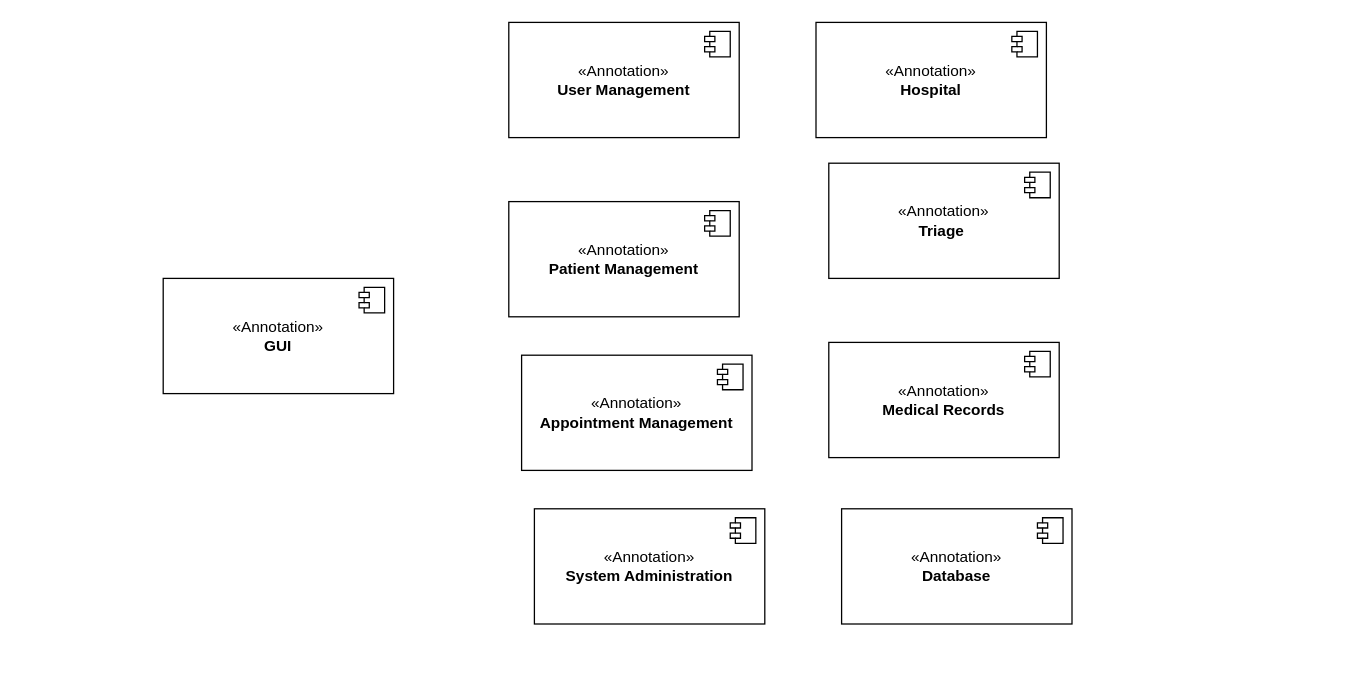
Before: Project Milestone 2/component_diagram.drawio in SENG-350-2024-fall/Team-6, a draw.io diagram. Source tidied: cells renumbered, new cells numbered last; positions are measured from the earlier drawing's top-left corner, leaving out a move shared by most shapes. Both pictures are drawn from the tidied source at 128%, with x=0, y=0 at pixel (163, 22).
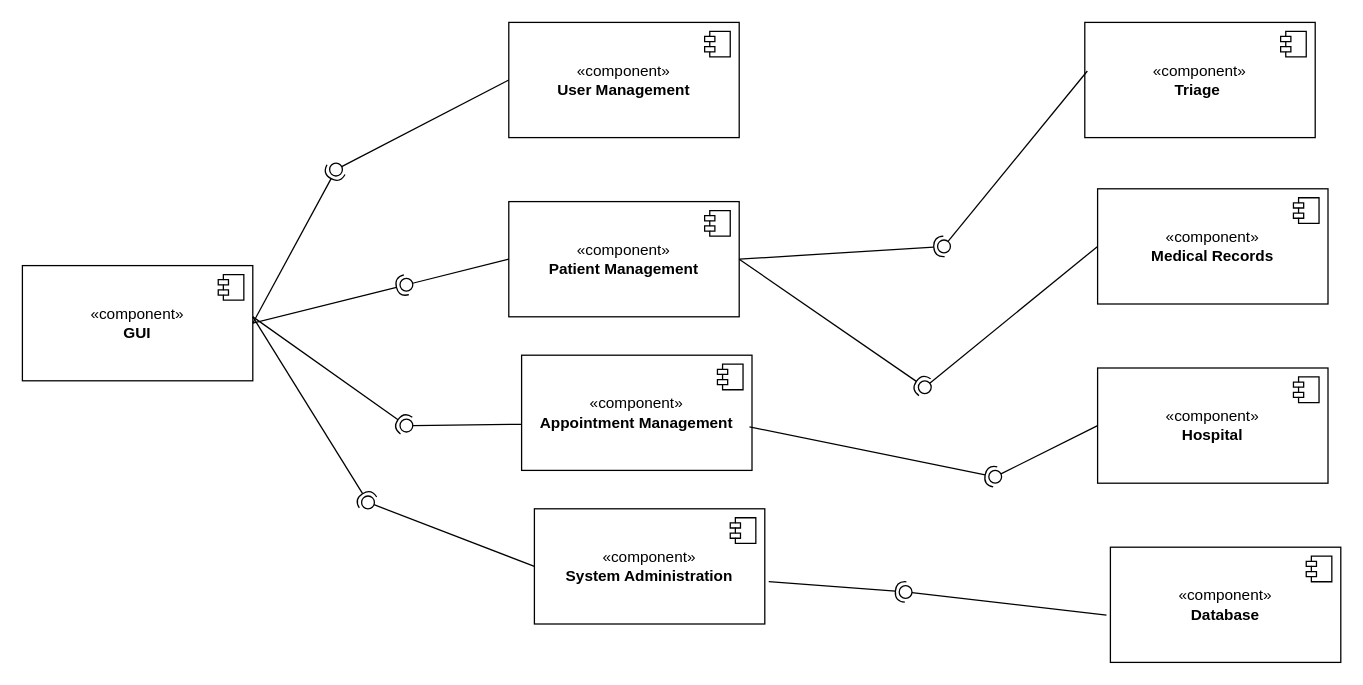
The same page after the edit.

Diff of the diagram source:
```diff
@@
-    <mxCell id="2" value="«Annotation»&lt;br&gt;&lt;b&gt;GUI&lt;/b&gt;" style="html=1;whiteSpace=wrap;" parent="1" vertex="1">
-      <mxGeometry y="200" width="180" height="90" as="geometry" />
+    <mxCell id="2" value="«component»&lt;br&gt;&lt;b&gt;GUI&lt;/b&gt;" style="html=1;whiteSpace=wrap;" parent="1" vertex="1">
+      <mxGeometry x="-110" y="190" width="180" height="90" as="geometry" />
     </mxCell>
@@
-    <mxCell id="4" value="«Annotation»&lt;br&gt;&lt;div&gt;&lt;b&gt;User Management&lt;/b&gt;&lt;/div&gt;" style="html=1;whiteSpace=wrap;" parent="1" vertex="1">
+    <mxCell id="4" value="«component»&lt;br&gt;&lt;div&gt;&lt;b&gt;User Management&lt;/b&gt;&lt;/div&gt;" style="html=1;whiteSpace=wrap;" parent="1" vertex="1">
       <mxGeometry x="270" width="180" height="90" as="geometry" />
     </mxCell>
@@
-    <mxCell id="6" value="«Annotation»&lt;br&gt;&lt;b&gt;Patient Management&lt;/b&gt;" style="html=1;whiteSpace=wrap;" parent="1" vertex="1">
+    <mxCell id="6" value="«component»&lt;br&gt;&lt;b&gt;Patient Management&lt;/b&gt;" style="html=1;whiteSpace=wrap;" parent="1" vertex="1">
       <mxGeometry x="270" y="140" width="180" height="90" as="geometry" />
     </mxCell>
@@
-    <mxCell id="8" value="«Annotation»&lt;br&gt;&lt;b&gt;Triage&amp;nbsp;&lt;/b&gt;" style="html=1;whiteSpace=wrap;" parent="1" vertex="1">
-      <mxGeometry x="520" y="110" width="180" height="90" as="geometry" />
+    <mxCell id="8" value="«component»&lt;br&gt;&lt;b&gt;Triage&amp;nbsp;&lt;/b&gt;" style="html=1;whiteSpace=wrap;" parent="1" vertex="1">
+      <mxGeometry x="720" width="180" height="90" as="geometry" />
     </mxCell>
@@
-    <mxCell id="10" value="«Annotation»&lt;br&gt;&lt;b&gt;Medical Records&lt;/b&gt;" style="html=1;whiteSpace=wrap;" parent="1" vertex="1">
-      <mxGeometry x="520" y="250" width="180" height="90" as="geometry" />
+    <mxCell id="10" value="«component»&lt;br&gt;&lt;b&gt;Medical Records&lt;/b&gt;" style="html=1;whiteSpace=wrap;" parent="1" vertex="1">
+      <mxGeometry x="730" y="130" width="180" height="90" as="geometry" />
     </mxCell>
@@
-    <mxCell id="12" value="«Annotation»&lt;br&gt;&lt;b&gt;Appointment Management&lt;/b&gt;" style="html=1;whiteSpace=wrap;" parent="1" vertex="1">
+    <mxCell id="12" value="«component»&lt;br&gt;&lt;b&gt;Appointment Management&lt;/b&gt;" style="html=1;whiteSpace=wrap;" parent="1" vertex="1">
       <mxGeometry x="280" y="260" width="180" height="90" as="geometry" />
     </mxCell>
@@
-    <mxCell id="14" value="«Annotation»&lt;br&gt;&lt;b&gt;System Administration&lt;/b&gt;" style="html=1;whiteSpace=wrap;" parent="1" vertex="1">
+    <mxCell id="14" value="«component»&lt;br&gt;&lt;b&gt;System Administration&lt;/b&gt;" style="html=1;whiteSpace=wrap;" parent="1" vertex="1">
       <mxGeometry x="290" y="380" width="180" height="90" as="geometry" />
     </mxCell>
@@
-    <mxCell id="16" value="«Annotation»&lt;br&gt;&lt;b&gt;Database&lt;/b&gt;" style="html=1;whiteSpace=wrap;" parent="1" vertex="1">
-      <mxGeometry x="530" y="380" width="180" height="90" as="geometry" />
+    <mxCell id="16" value="«component»&lt;br&gt;&lt;b&gt;Database&lt;/b&gt;" style="html=1;whiteSpace=wrap;" parent="1" vertex="1">
+      <mxGeometry x="740" y="410" width="180" height="90" as="geometry" />
     </mxCell>
@@
-    <mxCell id="18" value="«Annotation»&lt;br&gt;&lt;b&gt;Hospital&lt;/b&gt;" style="html=1;whiteSpace=wrap;" parent="1" vertex="1">
-      <mxGeometry x="510" width="180" height="90" as="geometry" />
+    <mxCell id="18" value="«component»&lt;br&gt;&lt;b&gt;Hospital&lt;/b&gt;" style="html=1;whiteSpace=wrap;" parent="1" vertex="1">
+      <mxGeometry x="730" y="270" width="180" height="90" as="geometry" />
     </mxCell>
@@
+    <mxCell id="20" style="rounded=0;jettySize=auto;html=1;endArrow=halfCircle;endFill=0;endSize=6;strokeWidth=1;sketch=0;exitX=1;exitY=0.5;exitDx=0;exitDy=0;" parent="1" edge="1" source="2" target="22">
+      <mxGeometry relative="1" as="geometry" />
+    </mxCell>
+    <mxCell id="21" style="rounded=0;jettySize=auto;html=1;endArrow=oval;endFill=0;sketch=0;sourcePerimeterSpacing=0;targetPerimeterSpacing=0;endSize=10;exitX=0;exitY=0.5;exitDx=0;exitDy=0;" parent="1" edge="1" source="4" target="22">
+      <mxGeometry relative="1" as="geometry" />
+    </mxCell>
+    <mxCell id="22" style="ellipse;whiteSpace=wrap;html=1;align=center;fillColor=none;strokeColor=none;perimeter=centerPerimeter;points=[];outlineConnect=1;" parent="1" vertex="1">
+      <mxGeometry x="130" y="110" width="10" height="10" as="geometry" />
+    </mxCell>
+    <mxCell id="23" style="rounded=0;jettySize=auto;html=1;endArrow=halfCircle;endFill=0;endSize=6;strokeWidth=1;sketch=0;exitX=1;exitY=0.5;exitDx=0;exitDy=0;" parent="1" edge="1" source="2" target="25">
+      <mxGeometry relative="1" as="geometry" />
+    </mxCell>
+    <mxCell id="24" style="rounded=0;jettySize=auto;html=1;endArrow=oval;endFill=0;sketch=0;sourcePerimeterSpacing=0;targetPerimeterSpacing=0;endSize=10;exitX=0;exitY=0.5;exitDx=0;exitDy=0;" parent="1" edge="1" source="6" target="25">
+      <mxGeometry relative="1" as="geometry" />
+    </mxCell>
+    <mxCell id="25" style="ellipse;whiteSpace=wrap;html=1;align=center;fillColor=none;strokeColor=none;perimeter=centerPerimeter;points=[];outlineConnect=1;" parent="1" vertex="1">
+      <mxGeometry x="185" y="200" width="10" height="10" as="geometry" />
+    </mxCell>
+    <mxCell id="26" style="rounded=0;jettySize=auto;html=1;endArrow=halfCircle;endFill=0;endSize=6;strokeWidth=1;sketch=0;" parent="1" edge="1" target="28">
+      <mxGeometry relative="1" as="geometry">
+        <mxPoint x="70" y="230" as="sourcePoint" />
+      </mxGeometry>
+    </mxCell>
+    <mxCell id="27" style="rounded=0;jettySize=auto;html=1;endArrow=oval;endFill=0;sketch=0;sourcePerimeterSpacing=0;targetPerimeterSpacing=0;endSize=10;exitX=0;exitY=0.6;exitDx=0;exitDy=0;exitPerimeter=0;" parent="1" edge="1" source="12" target="28">
+      <mxGeometry relative="1" as="geometry" />
+    </mxCell>
+    <mxCell id="28" style="ellipse;whiteSpace=wrap;html=1;align=center;fillColor=none;strokeColor=none;perimeter=centerPerimeter;points=[];outlineConnect=1;" parent="1" vertex="1">
+      <mxGeometry x="185" y="310" width="10" height="10" as="geometry" />
+    </mxCell>
+    <mxCell id="29" style="rounded=0;jettySize=auto;html=1;endArrow=halfCircle;endFill=0;endSize=6;strokeWidth=1;sketch=0;" parent="1" edge="1" target="31">
+      <mxGeometry relative="1" as="geometry">
+        <mxPoint x="70" y="230" as="sourcePoint" />
+      </mxGeometry>
+    </mxCell>
+    <mxCell id="30" style="rounded=0;jettySize=auto;html=1;endArrow=oval;endFill=0;sketch=0;sourcePerimeterSpacing=0;targetPerimeterSpacing=0;endSize=10;exitX=0;exitY=0.5;exitDx=0;exitDy=0;" parent="1" edge="1" source="14" target="31">
+      <mxGeometry relative="1" as="geometry" />
+    </mxCell>
+    <mxCell id="31" style="ellipse;whiteSpace=wrap;html=1;align=center;fillColor=none;strokeColor=none;perimeter=centerPerimeter;points=[];outlineConnect=1;" parent="1" vertex="1">
+      <mxGeometry x="155" y="370" width="10" height="10" as="geometry" />
+    </mxCell>
+    <mxCell id="32" style="rounded=0;jettySize=auto;html=1;endArrow=halfCircle;endFill=0;endSize=6;strokeWidth=1;sketch=0;exitX=1;exitY=0.5;exitDx=0;exitDy=0;" parent="1" edge="1" source="6" target="34">
+      <mxGeometry relative="1" as="geometry" />
+    </mxCell>
+    <mxCell id="33" style="rounded=0;jettySize=auto;html=1;endArrow=oval;endFill=0;sketch=0;sourcePerimeterSpacing=0;targetPerimeterSpacing=0;endSize=10;exitX=0.011;exitY=0.422;exitDx=0;exitDy=0;exitPerimeter=0;" parent="1" edge="1" source="8" target="34">
+      <mxGeometry relative="1" as="geometry" />
+    </mxCell>
+    <mxCell id="34" style="ellipse;whiteSpace=wrap;html=1;align=center;fillColor=none;strokeColor=none;perimeter=centerPerimeter;points=[];outlineConnect=1;" parent="1" vertex="1">
+      <mxGeometry x="605" y="170" width="10" height="10" as="geometry" />
+    </mxCell>
+    <mxCell id="35" style="rounded=0;jettySize=auto;html=1;endArrow=halfCircle;endFill=0;endSize=6;strokeWidth=1;sketch=0;exitX=1;exitY=0.5;exitDx=0;exitDy=0;" parent="1" edge="1" source="6" target="37">
+      <mxGeometry relative="1" as="geometry" />
+    </mxCell>
+    <mxCell id="36" style="rounded=0;jettySize=auto;html=1;endArrow=oval;endFill=0;sketch=0;sourcePerimeterSpacing=0;targetPerimeterSpacing=0;endSize=10;exitX=0;exitY=0.5;exitDx=0;exitDy=0;" parent="1" edge="1" source="10" target="37">
+      <mxGeometry relative="1" as="geometry" />
+    </mxCell>
+    <mxCell id="37" style="ellipse;whiteSpace=wrap;html=1;align=center;fillColor=none;strokeColor=none;perimeter=centerPerimeter;points=[];outlineConnect=1;" parent="1" vertex="1">
+      <mxGeometry x="590" y="280" width="10" height="10" as="geometry" />
+    </mxCell>
+    <mxCell id="38" style="rounded=0;jettySize=auto;html=1;endArrow=halfCircle;endFill=0;endSize=6;strokeWidth=1;sketch=0;exitX=1.017;exitY=0.633;exitDx=0;exitDy=0;exitPerimeter=0;" parent="1" edge="1" source="14" target="40">
+      <mxGeometry relative="1" as="geometry" />
+    </mxCell>
+    <mxCell id="39" style="rounded=0;jettySize=auto;html=1;endArrow=oval;endFill=0;sketch=0;sourcePerimeterSpacing=0;targetPerimeterSpacing=0;endSize=10;exitX=-0.017;exitY=0.589;exitDx=0;exitDy=0;exitPerimeter=0;" parent="1" edge="1" source="16" target="40">
+      <mxGeometry relative="1" as="geometry" />
+    </mxCell>
+    <mxCell id="40" style="ellipse;whiteSpace=wrap;html=1;align=center;fillColor=none;strokeColor=none;perimeter=centerPerimeter;points=[];outlineConnect=1;" parent="1" vertex="1">
+      <mxGeometry x="575" y="440" width="10" height="10" as="geometry" />
+    </mxCell>
+    <mxCell id="41" style="rounded=0;jettySize=auto;html=1;endArrow=halfCircle;endFill=0;endSize=6;strokeWidth=1;sketch=0;exitX=0.989;exitY=0.622;exitDx=0;exitDy=0;exitPerimeter=0;" parent="1" edge="1" source="12" target="43">
+      <mxGeometry relative="1" as="geometry" />
+    </mxCell>
+    <mxCell id="42" style="rounded=0;jettySize=auto;html=1;endArrow=oval;endFill=0;sketch=0;sourcePerimeterSpacing=0;targetPerimeterSpacing=0;endSize=10;exitX=0;exitY=0.5;exitDx=0;exitDy=0;" parent="1" edge="1" source="18" target="43">
+      <mxGeometry relative="1" as="geometry" />
+    </mxCell>
+    <mxCell id="43" style="ellipse;whiteSpace=wrap;html=1;align=center;fillColor=none;strokeColor=none;perimeter=centerPerimeter;points=[];outlineConnect=1;" parent="1" vertex="1">
+      <mxGeometry x="645" y="350" width="10" height="10" as="geometry" />
+    </mxCell>
```
